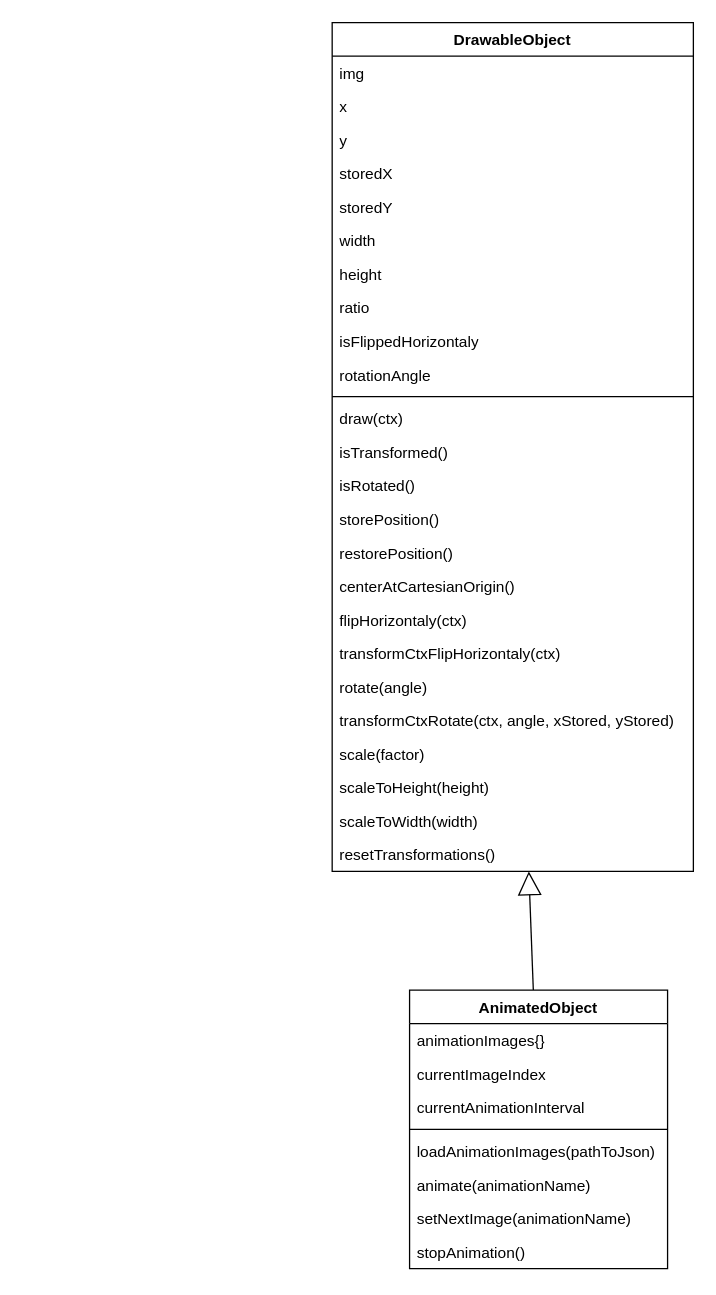
Earlier version of the draw.io diagram uml/classDiagram.drawio (ReinhardWansch/ElPolloLoco). Source tidied: cells renumbered, new cells numbered last; positions are measured from the earlier drawing's top-left corner, leaving out a move shared by most shapes. Both pictures are drawn from the tidied source at 129%, with x=0, y=0 at pixel (332, 22).
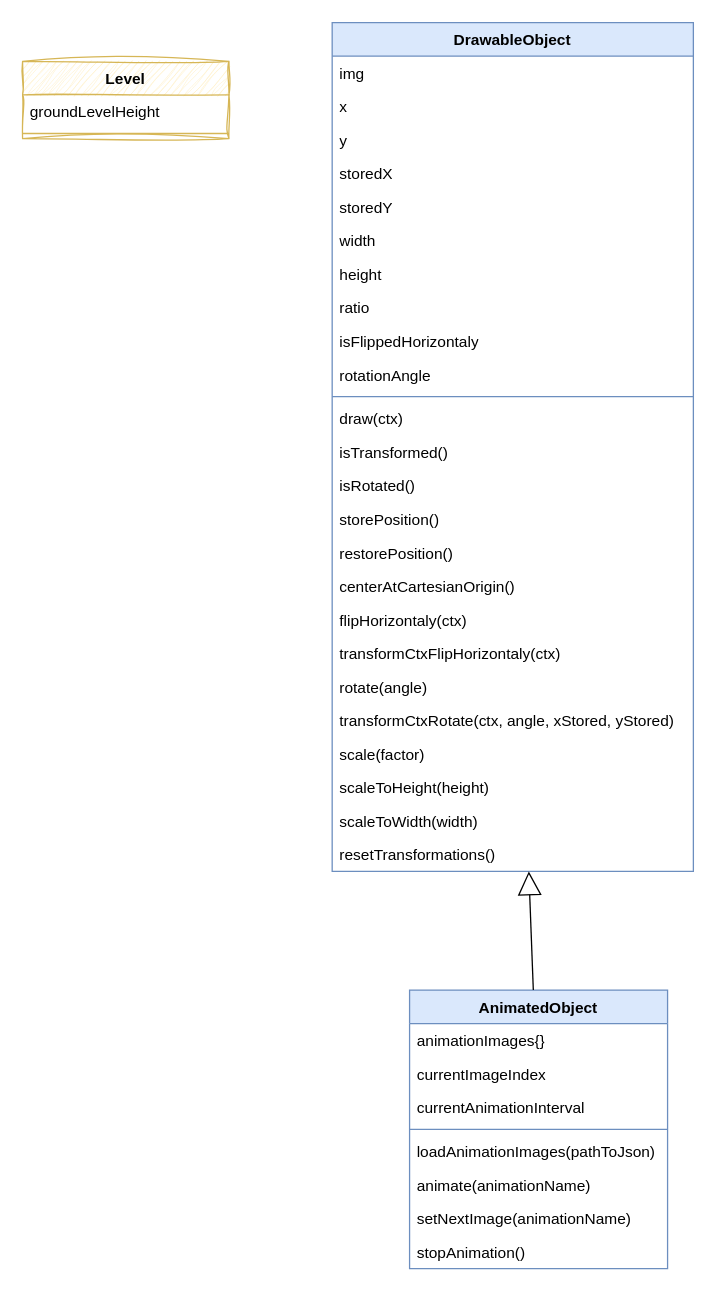
The same page after the edit.

The edit, as a diff of the source:
```diff
@@
-    <mxCell id="2" value="DrawableObject" style="swimlane;fontStyle=1;align=center;verticalAlign=top;horizontal=1;startSize=26;whiteSpace=wrap;html=1;" parent="1" vertex="1">
+    <mxCell id="2" value="DrawableObject" style="swimlane;fontStyle=1;align=center;verticalAlign=top;horizontal=1;startSize=26;whiteSpace=wrap;html=1;fillColor=#dae8fc;strokeColor=#6c8ebf;" parent="1" vertex="1">
       <mxGeometry width="280" height="658" as="geometry" />
     </mxCell>
@@
-    <mxCell id="28" value="AnimatedObject" style="swimlane;fontStyle=1;align=center;verticalAlign=top;horizontal=1;startSize=26;whiteSpace=wrap;html=1;" parent="1" vertex="1">
+    <mxCell id="28" value="AnimatedObject" style="swimlane;fontStyle=1;align=center;verticalAlign=top;horizontal=1;startSize=26;whiteSpace=wrap;html=1;fillColor=#dae8fc;strokeColor=#6c8ebf;" parent="1" vertex="1">
       <mxGeometry x="60" y="750" width="200" height="216" as="geometry" />
     </mxCell>
@@
+    <mxCell id="38" value="Level" style="swimlane;fontStyle=1;align=center;verticalAlign=top;horizontal=1;startSize=26;whiteSpace=wrap;html=1;sketch=1;curveFitting=1;jiggle=2;fillColor=#fff2cc;strokeColor=#d6b656;" parent="1" vertex="1">
+      <mxGeometry x="-240" y="30" width="160" height="60" as="geometry" />
+    </mxCell>
+    <mxCell id="39" value="groundLevelHeight" style="text;strokeColor=none;fillColor=none;align=left;verticalAlign=top;spacingLeft=4;spacingRight=4;overflow=hidden;whiteSpace=wrap;html=1;" parent="38" vertex="1">
+      <mxGeometry y="26" width="160" height="26" as="geometry" />
+    </mxCell>
+    <mxCell id="40" style="line;strokeWidth=1;fillColor=none;align=left;verticalAlign=middle;spacingTop=-1;spacingLeft=3;spacingRight=3;labelPosition=right;strokeColor=inherit;" parent="38" vertex="1">
+      <mxGeometry y="52" width="160" height="8" as="geometry" />
+    </mxCell>
```
